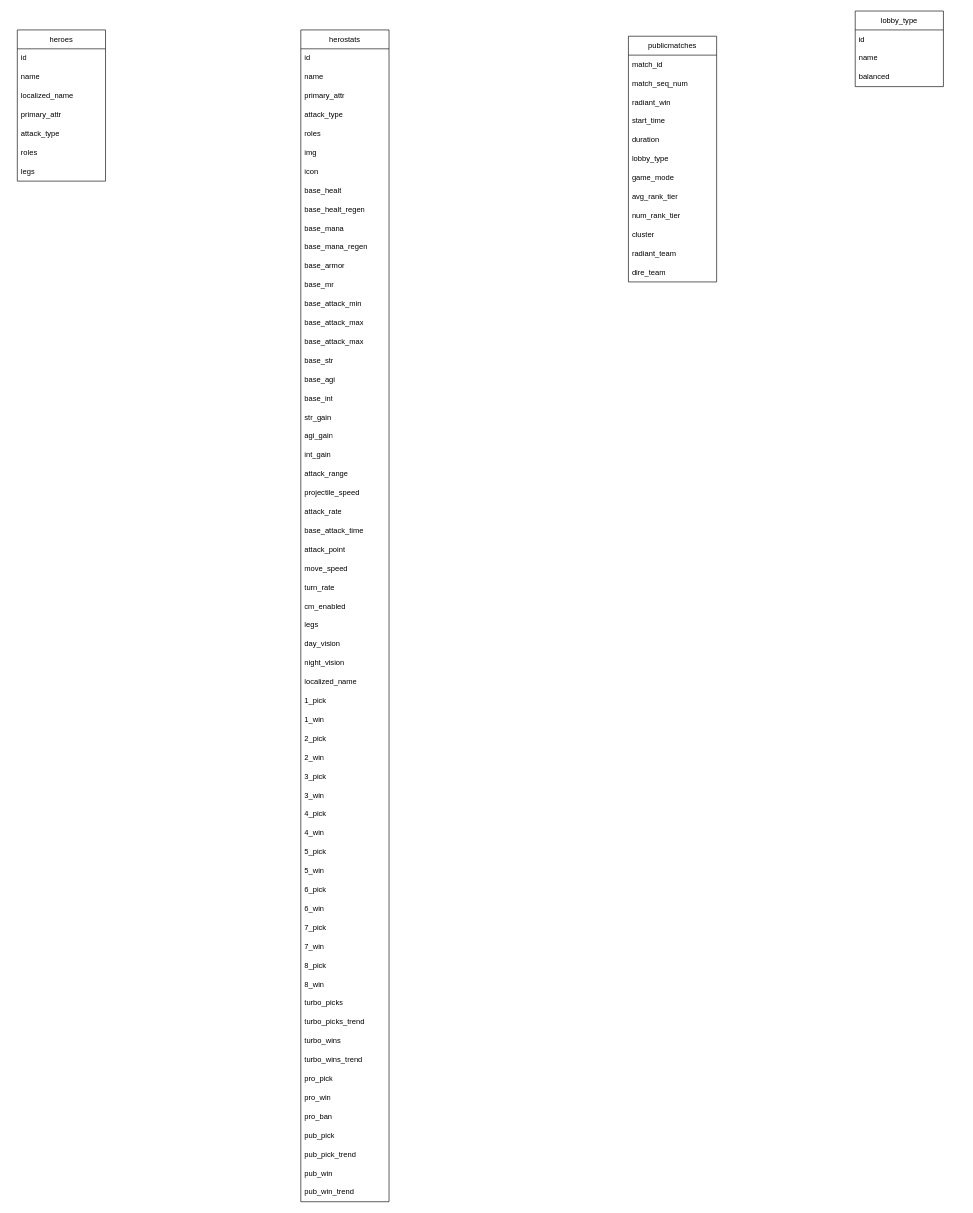
Before: Untitled Diagram.drawio in pyTianHu/dota2analytics, a draw.io diagram. Source tidied: cells renumbered, new cells numbered last; positions are measured from the earlier drawing's top-left corner, leaving out a move shared by most shapes. Both pictures are drawn from the tidied source at 63%, with x=0, y=0 at pixel (17, 11).
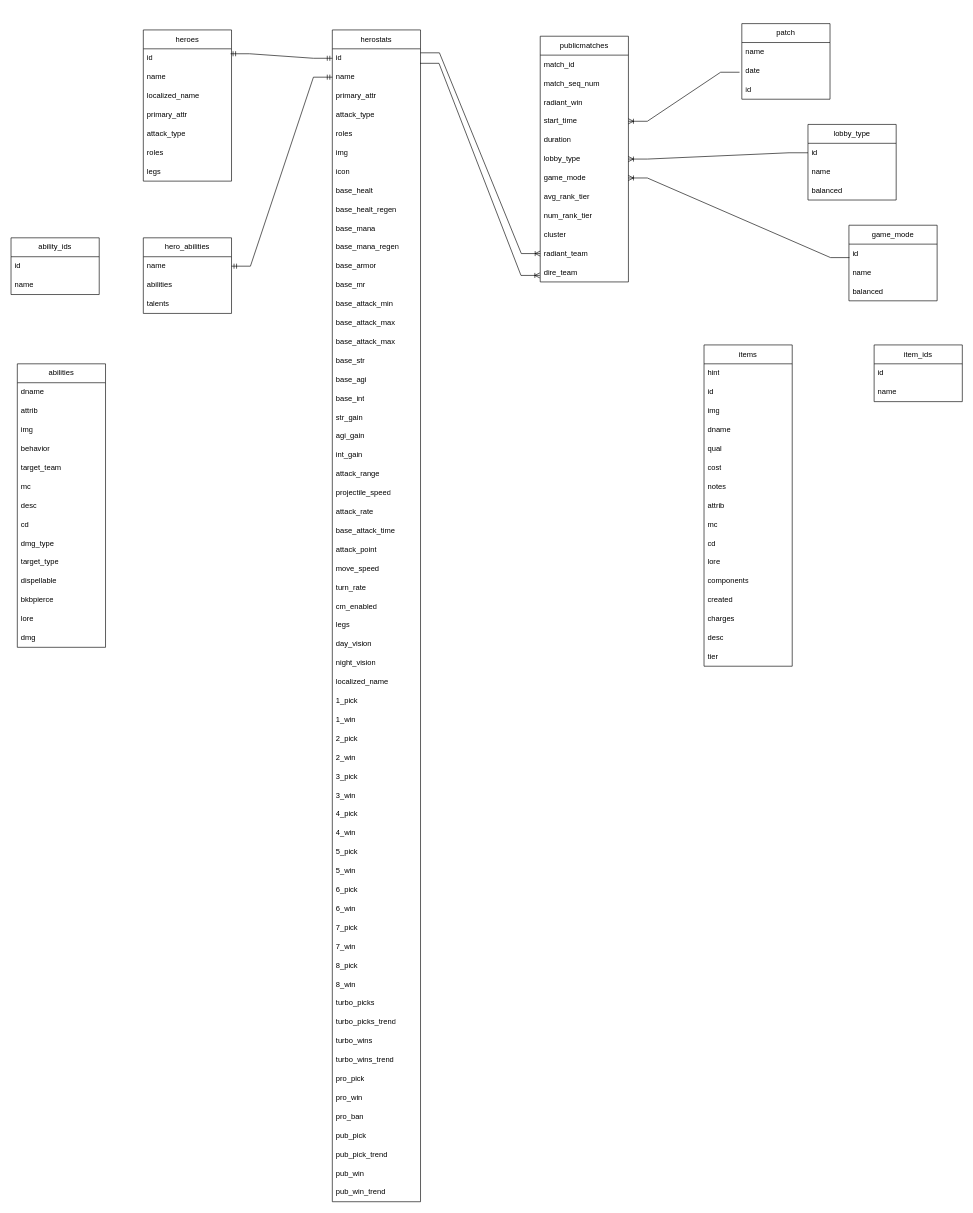
The same page after the edit.

Commit message:
Data Model v1.drawio

Unchanged cells that the change refers to:
```xml
<mxCell id="3" value="id" style="text;strokeColor=none;fillColor=none;align=left;verticalAlign=middle;spacingLeft=4;spacingRight=4;overflow=hidden;points=[[0,0.5],[1,0.5]];portConstraint=eastwest;whiteSpace=wrap;html=1;" parent="2" vertex="1">
  <mxGeometry y="30" width="140" height="30" as="geometry" />
</mxCell>
<mxCell id="11" value="id" style="text;strokeColor=none;fillColor=none;align=left;verticalAlign=middle;spacingLeft=4;spacingRight=4;overflow=hidden;points=[[0,0.5],[1,0.5]];portConstraint=eastwest;whiteSpace=wrap;html=1;" parent="10" vertex="1">
  <mxGeometry y="30" width="140" height="30" as="geometry" />
</mxCell>
<mxCell id="12" value="name" style="text;strokeColor=none;fillColor=none;align=left;verticalAlign=middle;spacingLeft=4;spacingRight=4;overflow=hidden;points=[[0,0.5],[1,0.5]];portConstraint=eastwest;whiteSpace=wrap;html=1;" parent="10" vertex="1">
  <mxGeometry y="60" width="140" height="30" as="geometry" />
</mxCell>
<mxCell id="76" value="start_time" style="text;strokeColor=none;fillColor=none;align=left;verticalAlign=middle;spacingLeft=4;spacingRight=4;overflow=hidden;points=[[0,0.5],[1,0.5]];portConstraint=eastwest;whiteSpace=wrap;html=1;" parent="72" vertex="1">
  <mxGeometry y="120" width="140" height="30" as="geometry" />
</mxCell>
<mxCell id="78" value="lobby_type" style="text;strokeColor=none;fillColor=none;align=left;verticalAlign=middle;spacingLeft=4;spacingRight=4;overflow=hidden;points=[[0,0.5],[1,0.5]];portConstraint=eastwest;whiteSpace=wrap;html=1;" parent="72" vertex="1">
  <mxGeometry y="180" width="140" height="30" as="geometry" />
</mxCell>
<mxCell id="79" value="game_mode" style="text;strokeColor=none;fillColor=none;align=left;verticalAlign=middle;spacingLeft=4;spacingRight=4;overflow=hidden;points=[[0,0.5],[1,0.5]];portConstraint=eastwest;whiteSpace=wrap;html=1;" parent="72" vertex="1">
  <mxGeometry y="210" width="140" height="30" as="geometry" />
</mxCell>
<mxCell id="83" value="radiant_team" style="text;strokeColor=none;fillColor=none;align=left;verticalAlign=middle;spacingLeft=4;spacingRight=4;overflow=hidden;points=[[0,0.5],[1,0.5]];portConstraint=eastwest;whiteSpace=wrap;html=1;" parent="72" vertex="1">
  <mxGeometry y="330" width="140" height="30" as="geometry" />
</mxCell>
<mxCell id="84" value="dire_team" style="text;strokeColor=none;fillColor=none;align=left;verticalAlign=middle;spacingLeft=4;spacingRight=4;overflow=hidden;points=[[0,0.5],[1,0.5]];portConstraint=eastwest;whiteSpace=wrap;html=1;" parent="72" vertex="1">
  <mxGeometry y="360" width="140" height="30" as="geometry" />
</mxCell>
<mxCell id="86" value="id" style="text;strokeColor=none;fillColor=none;align=left;verticalAlign=middle;spacingLeft=4;spacingRight=4;overflow=hidden;points=[[0,0.5],[1,0.5]];portConstraint=eastwest;whiteSpace=wrap;html=1;" parent="85" vertex="1">
  <mxGeometry y="30" width="140" height="30" as="geometry" />
</mxCell>
```

What changed in the source:
```diff
@@
     <mxCell id="2" value="heroes" style="swimlane;fontStyle=0;horizontal=1;startSize=30;whiteSpace=wrap;html=1;" parent="1" vertex="1">
-      <mxGeometry y="30" width="140" height="240" as="geometry" />
+      <mxGeometry x="200" y="30" width="140" height="240" as="geometry" />
     </mxCell>
@@
     <mxCell id="10" value="herostats" style="swimlane;fontStyle=0;horizontal=1;startSize=30;whiteSpace=wrap;html=1;" parent="1" vertex="1">
-      <mxGeometry x="450" y="30" width="140" height="1860" as="geometry" />
+      <mxGeometry x="500" y="30" width="140" height="1860" as="geometry" />
     </mxCell>
@@
     <mxCell id="72" value="publicmatches" style="swimlane;fontStyle=0;horizontal=1;startSize=30;whiteSpace=wrap;html=1;" parent="1" vertex="1">
-      <mxGeometry x="970" y="40" width="140" height="390" as="geometry" />
+      <mxGeometry x="830" y="40" width="140" height="390" as="geometry" />
     </mxCell>
@@
     <mxCell id="85" value="lobby_type" style="swimlane;fontStyle=0;horizontal=1;startSize=30;whiteSpace=wrap;html=1;" parent="1" vertex="1">
-      <mxGeometry x="1330" width="140" height="120" as="geometry" />
+      <mxGeometry x="1255" y="180" width="140" height="120" as="geometry" />
     </mxCell>
@@
+    <mxCell id="89" style="edgeStyle=entityRelationEdgeStyle;fontSize=12;html=1;endArrow=ERoneToMany;rounded=0;entryX=1;entryY=0.5;entryDx=0;entryDy=0;exitX=0;exitY=0.5;exitDx=0;exitDy=0;" parent="1" edge="1" source="86" target="78">
+      <mxGeometry relative="1" as="geometry" />
+    </mxCell>
+    <mxCell id="90" style="edgeStyle=entityRelationEdgeStyle;fontSize=12;html=1;endArrow=ERmandOne;startArrow=ERmandOne;rounded=0;exitX=0.989;exitY=0.261;exitDx=0;exitDy=0;exitPerimeter=0;entryX=0;entryY=0.5;entryDx=0;entryDy=0;" parent="1" edge="1" source="3" target="11">
+      <mxGeometry relative="1" as="geometry" />
+    </mxCell>
+    <mxCell id="91" style="edgeStyle=entityRelationEdgeStyle;fontSize=12;html=1;endArrow=ERoneToMany;rounded=0;exitX=0.995;exitY=0.767;exitDx=0;exitDy=0;entryX=-0.004;entryY=0.656;entryDx=0;entryDy=0;exitPerimeter=0;entryPerimeter=0;" parent="1" edge="1" source="11" target="84">
+      <mxGeometry relative="1" as="geometry" />
+    </mxCell>
+    <mxCell id="92" style="edgeStyle=entityRelationEdgeStyle;fontSize=12;html=1;endArrow=ERoneToMany;rounded=0;exitX=1;exitY=0.211;exitDx=0;exitDy=0;exitPerimeter=0;" parent="1" edge="1" source="11" target="83">
+      <mxGeometry relative="1" as="geometry" />
+    </mxCell>
+    <mxCell id="93" value="game_mode" style="swimlane;fontStyle=0;horizontal=1;startSize=30;whiteSpace=wrap;html=1;" parent="1" vertex="1">
+      <mxGeometry x="1320" y="340" width="140" height="120" as="geometry" />
+    </mxCell>
+    <mxCell id="94" value="id" style="text;strokeColor=none;fillColor=none;align=left;verticalAlign=middle;spacingLeft=4;spacingRight=4;overflow=hidden;points=[[0,0.5],[1,0.5]];portConstraint=eastwest;whiteSpace=wrap;html=1;" parent="93" vertex="1">
+      <mxGeometry y="30" width="140" height="30" as="geometry" />
+    </mxCell>
+    <mxCell id="95" value="name" style="text;strokeColor=none;fillColor=none;align=left;verticalAlign=middle;spacingLeft=4;spacingRight=4;overflow=hidden;whiteSpace=wrap;html=1;" parent="93" vertex="1">
+      <mxGeometry y="60" width="140" height="30" as="geometry" />
+    </mxCell>
+    <mxCell id="96" value="balanced" style="text;strokeColor=none;fillColor=none;align=left;verticalAlign=middle;spacingLeft=4;spacingRight=4;overflow=hidden;whiteSpace=wrap;html=1;" parent="93" vertex="1">
+      <mxGeometry y="90" width="140" height="30" as="geometry" />
+    </mxCell>
+    <mxCell id="97" style="edgeStyle=entityRelationEdgeStyle;fontSize=12;html=1;endArrow=ERoneToMany;rounded=0;exitX=0.006;exitY=0.713;exitDx=0;exitDy=0;exitPerimeter=0;" parent="1" edge="1" source="94" target="79">
+      <mxGeometry relative="1" as="geometry" />
+    </mxCell>
+    <mxCell id="98" value="patch" style="swimlane;fontStyle=0;horizontal=1;startSize=30;whiteSpace=wrap;html=1;" parent="1" vertex="1">
+      <mxGeometry x="1150" y="20" width="140" height="120" as="geometry" />
+    </mxCell>
+    <mxCell id="99" value="name" style="text;strokeColor=none;fillColor=none;align=left;verticalAlign=middle;spacingLeft=4;spacingRight=4;overflow=hidden;whiteSpace=wrap;html=1;" parent="98" vertex="1">
+      <mxGeometry y="30" width="140" height="30" as="geometry" />
+    </mxCell>
+    <mxCell id="100" value="date" style="text;strokeColor=none;fillColor=none;align=left;verticalAlign=middle;spacingLeft=4;spacingRight=4;overflow=hidden;points=[[0,0.5],[1,0.5]];portConstraint=eastwest;whiteSpace=wrap;html=1;" parent="98" vertex="1">
+      <mxGeometry y="60" width="140" height="30" as="geometry" />
+    </mxCell>
+    <mxCell id="101" value="id" style="text;strokeColor=none;fillColor=none;align=left;verticalAlign=middle;spacingLeft=4;spacingRight=4;overflow=hidden;whiteSpace=wrap;html=1;" parent="98" vertex="1">
+      <mxGeometry y="90" width="140" height="30" as="geometry" />
+    </mxCell>
+    <mxCell id="102" style="edgeStyle=entityRelationEdgeStyle;fontSize=12;html=1;endArrow=ERoneToMany;rounded=0;exitX=-0.026;exitY=0.572;exitDx=0;exitDy=0;exitPerimeter=0;" parent="1" edge="1" source="100" target="76">
+      <mxGeometry relative="1" as="geometry" />
+    </mxCell>
+    <mxCell id="103" value="abilities" style="swimlane;fontStyle=0;horizontal=1;startSize=30;whiteSpace=wrap;html=1;" parent="1" vertex="1">
+      <mxGeometry y="560" width="140" height="450" as="geometry" />
+    </mxCell>
+    <mxCell id="104" value="dname" style="text;strokeColor=none;fillColor=none;align=left;verticalAlign=middle;spacingLeft=4;spacingRight=4;overflow=hidden;whiteSpace=wrap;html=1;" parent="103" vertex="1">
+      <mxGeometry y="30" width="140" height="30" as="geometry" />
+    </mxCell>
+    <mxCell id="105" value="attrib" style="text;strokeColor=none;fillColor=none;align=left;verticalAlign=middle;spacingLeft=4;spacingRight=4;overflow=hidden;whiteSpace=wrap;html=1;" parent="103" vertex="1">
+      <mxGeometry y="60" width="140" height="30" as="geometry" />
+    </mxCell>
+    <mxCell id="106" value="img" style="text;strokeColor=none;fillColor=none;align=left;verticalAlign=middle;spacingLeft=4;spacingRight=4;overflow=hidden;whiteSpace=wrap;html=1;" parent="103" vertex="1">
+      <mxGeometry y="90" width="140" height="30" as="geometry" />
+    </mxCell>
+    <mxCell id="107" value="behavior" style="text;strokeColor=none;fillColor=none;align=left;verticalAlign=middle;spacingLeft=4;spacingRight=4;overflow=hidden;whiteSpace=wrap;html=1;" parent="103" vertex="1">
+      <mxGeometry y="120" width="140" height="30" as="geometry" />
+    </mxCell>
+    <mxCell id="108" value="target_team" style="text;strokeColor=none;fillColor=none;align=left;verticalAlign=middle;spacingLeft=4;spacingRight=4;overflow=hidden;whiteSpace=wrap;html=1;" parent="103" vertex="1">
+      <mxGeometry y="150" width="140" height="30" as="geometry" />
+    </mxCell>
+    <mxCell id="109" value="mc" style="text;strokeColor=none;fillColor=none;align=left;verticalAlign=middle;spacingLeft=4;spacingRight=4;overflow=hidden;whiteSpace=wrap;html=1;" parent="103" vertex="1">
+      <mxGeometry y="180" width="140" height="30" as="geometry" />
+    </mxCell>
+    <mxCell id="110" value="desc" style="text;strokeColor=none;fillColor=none;align=left;verticalAlign=middle;spacingLeft=4;spacingRight=4;overflow=hidden;whiteSpace=wrap;html=1;" parent="103" vertex="1">
+      <mxGeometry y="210" width="140" height="30" as="geometry" />
+    </mxCell>
+    <mxCell id="111" value="cd" style="text;strokeColor=none;fillColor=none;align=left;verticalAlign=middle;spacingLeft=4;spacingRight=4;overflow=hidden;whiteSpace=wrap;html=1;" parent="103" vertex="1">
+      <mxGeometry y="240" width="140" height="30" as="geometry" />
+    </mxCell>
+    <mxCell id="112" value="dmg_type" style="text;strokeColor=none;fillColor=none;align=left;verticalAlign=middle;spacingLeft=4;spacingRight=4;overflow=hidden;whiteSpace=wrap;html=1;" parent="103" vertex="1">
+      <mxGeometry y="270" width="140" height="30" as="geometry" />
+    </mxCell>
+    <mxCell id="113" value="target_type" style="text;strokeColor=none;fillColor=none;align=left;verticalAlign=middle;spacingLeft=4;spacingRight=4;overflow=hidden;whiteSpace=wrap;html=1;" parent="103" vertex="1">
+      <mxGeometry y="300" width="140" height="30" as="geometry" />
+    </mxCell>
+    <mxCell id="114" value="dispellable" style="text;strokeColor=none;fillColor=none;align=left;verticalAlign=middle;spacingLeft=4;spacingRight=4;overflow=hidden;whiteSpace=wrap;html=1;" parent="103" vertex="1">
+      <mxGeometry y="330" width="140" height="30" as="geometry" />
+    </mxCell>
+    <mxCell id="115" value="bkbpierce" style="text;strokeColor=none;fillColor=none;align=left;verticalAlign=middle;spacingLeft=4;spacingRight=4;overflow=hidden;whiteSpace=wrap;html=1;" parent="103" vertex="1">
+      <mxGeometry y="360" width="140" height="30" as="geometry" />
+    </mxCell>
+    <mxCell id="116" value="lore" style="text;strokeColor=none;fillColor=none;align=left;verticalAlign=middle;spacingLeft=4;spacingRight=4;overflow=hidden;whiteSpace=wrap;html=1;" parent="103" vertex="1">
+      <mxGeometry y="390" width="140" height="30" as="geometry" />
+    </mxCell>
+    <mxCell id="117" value="dmg" style="text;strokeColor=none;fillColor=none;align=left;verticalAlign=middle;spacingLeft=4;spacingRight=4;overflow=hidden;whiteSpace=wrap;html=1;" parent="103" vertex="1">
+      <mxGeometry y="420" width="140" height="30" as="geometry" />
+    </mxCell>
+    <mxCell id="118" value="hero_abilities" style="swimlane;fontStyle=0;horizontal=1;startSize=30;whiteSpace=wrap;html=1;" parent="1" vertex="1">
+      <mxGeometry x="200" y="360" width="140" height="120" as="geometry" />
+    </mxCell>
+    <mxCell id="119" value="name" style="text;strokeColor=none;fillColor=none;align=left;verticalAlign=middle;spacingLeft=4;spacingRight=4;overflow=hidden;points=[[0,0.5],[1,0.5]];portConstraint=eastwest;whiteSpace=wrap;html=1;" parent="118" vertex="1">
+      <mxGeometry y="30" width="140" height="30" as="geometry" />
+    </mxCell>
+    <mxCell id="120" value="abilities" style="text;strokeColor=none;fillColor=none;align=left;verticalAlign=middle;spacingLeft=4;spacingRight=4;overflow=hidden;whiteSpace=wrap;html=1;" parent="118" vertex="1">
+      <mxGeometry y="60" width="140" height="30" as="geometry" />
+    </mxCell>
+    <mxCell id="121" value="talents" style="text;strokeColor=none;fillColor=none;align=left;verticalAlign=middle;spacingLeft=4;spacingRight=4;overflow=hidden;whiteSpace=wrap;html=1;" parent="118" vertex="1">
+      <mxGeometry y="90" width="140" height="30" as="geometry" />
+    </mxCell>
+    <mxCell id="122" style="edgeStyle=entityRelationEdgeStyle;fontSize=12;html=1;endArrow=ERmandOne;startArrow=ERmandOne;rounded=0;exitX=1;exitY=0.5;exitDx=0;exitDy=0;entryX=0;entryY=0.5;entryDx=0;entryDy=0;" parent="1" edge="1" source="119" target="12">
+      <mxGeometry relative="1" as="geometry" />
+    </mxCell>
+    <mxCell id="123" value="ability_ids" style="swimlane;fontStyle=0;horizontal=1;startSize=30;whiteSpace=wrap;html=1;" parent="1" vertex="1">
+      <mxGeometry x="-10" y="360" width="140" height="90" as="geometry" />
+    </mxCell>
+    <mxCell id="124" value="id" style="text;strokeColor=none;fillColor=none;align=left;verticalAlign=middle;spacingLeft=4;spacingRight=4;overflow=hidden;whiteSpace=wrap;html=1;" parent="123" vertex="1">
+      <mxGeometry y="30" width="140" height="30" as="geometry" />
+    </mxCell>
+    <mxCell id="125" value="name" style="text;strokeColor=none;fillColor=none;align=left;verticalAlign=middle;spacingLeft=4;spacingRight=4;overflow=hidden;whiteSpace=wrap;html=1;" parent="123" vertex="1">
+      <mxGeometry y="60" width="140" height="30" as="geometry" />
+    </mxCell>
+    <mxCell id="126" value="items" style="swimlane;fontStyle=0;horizontal=1;startSize=30;whiteSpace=wrap;html=1;" parent="1" vertex="1">
+      <mxGeometry x="1090" y="530" width="140" height="510" as="geometry" />
+    </mxCell>
+    <mxCell id="127" value="hint" style="text;strokeColor=none;fillColor=none;align=left;verticalAlign=middle;spacingLeft=4;spacingRight=4;overflow=hidden;whiteSpace=wrap;html=1;" parent="126" vertex="1">
+      <mxGeometry y="30" width="140" height="30" as="geometry" />
+    </mxCell>
+    <mxCell id="128" value="id" style="text;strokeColor=none;fillColor=none;align=left;verticalAlign=middle;spacingLeft=4;spacingRight=4;overflow=hidden;whiteSpace=wrap;html=1;" parent="126" vertex="1">
+      <mxGeometry y="60" width="140" height="30" as="geometry" />
+    </mxCell>
+    <mxCell id="129" value="img" style="text;strokeColor=none;fillColor=none;align=left;verticalAlign=middle;spacingLeft=4;spacingRight=4;overflow=hidden;whiteSpace=wrap;html=1;" parent="126" vertex="1">
+      <mxGeometry y="90" width="140" height="30" as="geometry" />
+    </mxCell>
+    <mxCell id="130" value="dname" style="text;strokeColor=none;fillColor=none;align=left;verticalAlign=middle;spacingLeft=4;spacingRight=4;overflow=hidden;whiteSpace=wrap;html=1;" parent="126" vertex="1">
+      <mxGeometry y="120" width="140" height="30" as="geometry" />
+    </mxCell>
+    <mxCell id="131" value="qual" style="text;strokeColor=none;fillColor=none;align=left;verticalAlign=middle;spacingLeft=4;spacingRight=4;overflow=hidden;whiteSpace=wrap;html=1;" parent="126" vertex="1">
+      <mxGeometry y="150" width="140" height="30" as="geometry" />
+    </mxCell>
+    <mxCell id="132" value="cost" style="text;strokeColor=none;fillColor=none;align=left;verticalAlign=middle;spacingLeft=4;spacingRight=4;overflow=hidden;whiteSpace=wrap;html=1;" parent="126" vertex="1">
+      <mxGeometry y="180" width="140" height="30" as="geometry" />
+    </mxCell>
+    <mxCell id="133" value="notes" style="text;strokeColor=none;fillColor=none;align=left;verticalAlign=middle;spacingLeft=4;spacingRight=4;overflow=hidden;whiteSpace=wrap;html=1;" parent="126" vertex="1">
+      <mxGeometry y="210" width="140" height="30" as="geometry" />
+    </mxCell>
+    <mxCell id="134" value="attrib" style="text;strokeColor=none;fillColor=none;align=left;verticalAlign=middle;spacingLeft=4;spacingRight=4;overflow=hidden;whiteSpace=wrap;html=1;" parent="126" vertex="1">
+      <mxGeometry y="240" width="140" height="30" as="geometry" />
+    </mxCell>
+    <mxCell id="135" value="mc" style="text;strokeColor=none;fillColor=none;align=left;verticalAlign=middle;spacingLeft=4;spacingRight=4;overflow=hidden;whiteSpace=wrap;html=1;" parent="126" vertex="1">
+      <mxGeometry y="270" width="140" height="30" as="geometry" />
+    </mxCell>
+    <mxCell id="136" value="cd" style="text;strokeColor=none;fillColor=none;align=left;verticalAlign=middle;spacingLeft=4;spacingRight=4;overflow=hidden;whiteSpace=wrap;html=1;" parent="126" vertex="1">
+      <mxGeometry y="300" width="140" height="30" as="geometry" />
+    </mxCell>
+    <mxCell id="137" value="lore" style="text;strokeColor=none;fillColor=none;align=left;verticalAlign=middle;spacingLeft=4;spacingRight=4;overflow=hidden;whiteSpace=wrap;html=1;" parent="126" vertex="1">
+      <mxGeometry y="330" width="140" height="30" as="geometry" />
+    </mxCell>
+    <mxCell id="138" value="components" style="text;strokeColor=none;fillColor=none;align=left;verticalAlign=middle;spacingLeft=4;spacingRight=4;overflow=hidden;whiteSpace=wrap;html=1;" parent="126" vertex="1">
+      <mxGeometry y="360" width="140" height="30" as="geometry" />
+    </mxCell>
+    <mxCell id="139" value="created" style="text;strokeColor=none;fillColor=none;align=left;verticalAlign=middle;spacingLeft=4;spacingRight=4;overflow=hidden;whiteSpace=wrap;html=1;" parent="126" vertex="1">
+      <mxGeometry y="390" width="140" height="30" as="geometry" />
+    </mxCell>
+    <mxCell id="140" value="charges" style="text;strokeColor=none;fillColor=none;align=left;verticalAlign=middle;spacingLeft=4;spacingRight=4;overflow=hidden;whiteSpace=wrap;html=1;" parent="126" vertex="1">
+      <mxGeometry y="420" width="140" height="30" as="geometry" />
+    </mxCell>
+    <mxCell id="141" value="desc" style="text;strokeColor=none;fillColor=none;align=left;verticalAlign=middle;spacingLeft=4;spacingRight=4;overflow=hidden;whiteSpace=wrap;html=1;" parent="126" vertex="1">
+      <mxGeometry y="450" width="140" height="30" as="geometry" />
+    </mxCell>
+    <mxCell id="142" value="tier" style="text;strokeColor=none;fillColor=none;align=left;verticalAlign=middle;spacingLeft=4;spacingRight=4;overflow=hidden;whiteSpace=wrap;html=1;" parent="126" vertex="1">
+      <mxGeometry y="480" width="140" height="30" as="geometry" />
+    </mxCell>
+    <mxCell id="143" value="item_ids" style="swimlane;fontStyle=0;horizontal=1;startSize=30;whiteSpace=wrap;html=1;" parent="1" vertex="1">
+      <mxGeometry x="1360" y="530" width="140" height="90" as="geometry" />
+    </mxCell>
+    <mxCell id="144" value="id" style="text;strokeColor=none;fillColor=none;align=left;verticalAlign=middle;spacingLeft=4;spacingRight=4;overflow=hidden;whiteSpace=wrap;html=1;" parent="143" vertex="1">
+      <mxGeometry y="30" width="140" height="30" as="geometry" />
+    </mxCell>
+    <mxCell id="145" value="name" style="text;strokeColor=none;fillColor=none;align=left;verticalAlign=middle;spacingLeft=4;spacingRight=4;overflow=hidden;whiteSpace=wrap;html=1;" parent="143" vertex="1">
+      <mxGeometry y="60" width="140" height="30" as="geometry" />
+    </mxCell>
```
